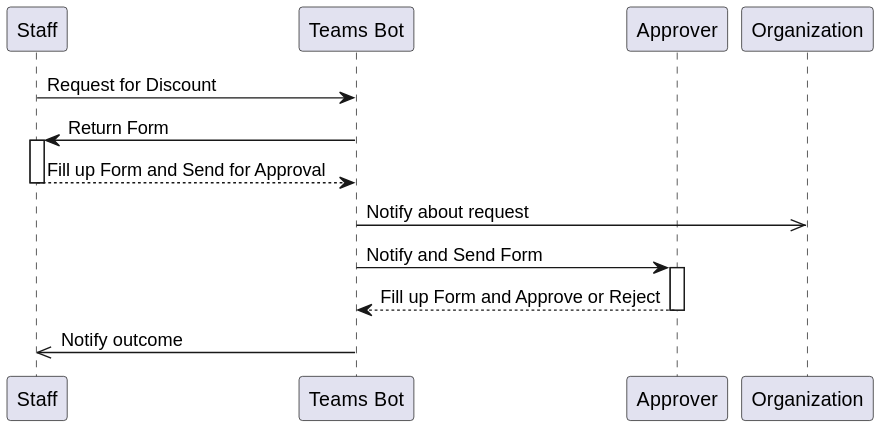
Above: img/Teams Bot Sequence Diagram.svg in Senrli/DCA-app (PlantUML), before the change.
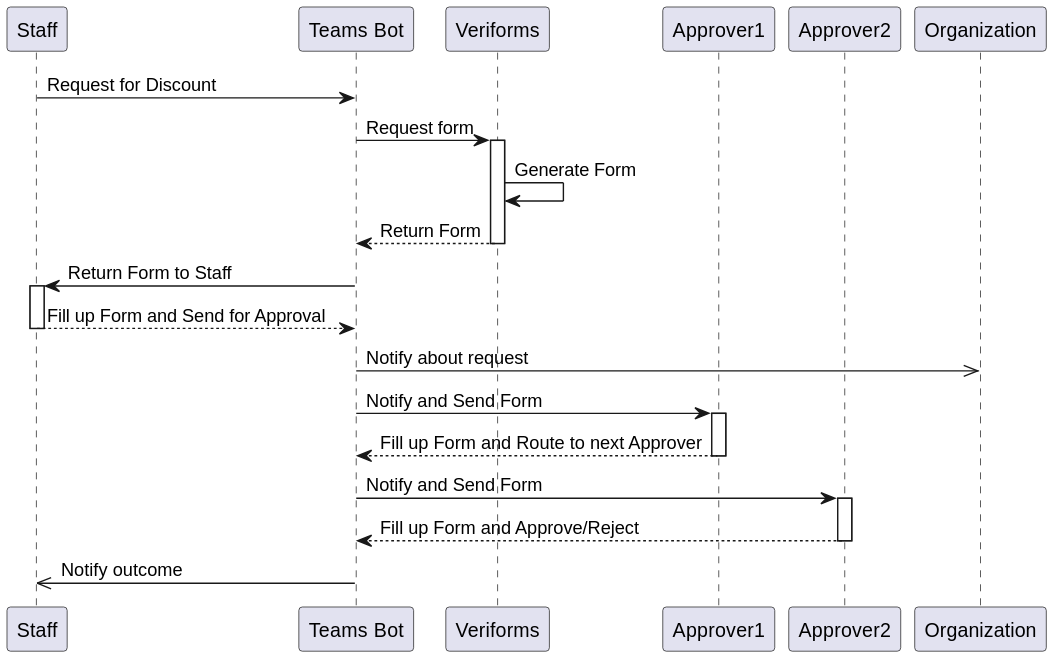
Later version of the same file.

Change to the diagram source:
```diff
@@ -1,18 +1,27 @@
 @startuml
 participant Staff as staff
 participant "Teams Bot" as bot
-participant Approver
+participant Veriforms
+participant Approver1
+participant Approver2
 
 participant Organization as organization
 
 staff -> bot: Request for Discount
-bot-> staff: Return Form
+bot -> Veriforms: Request form
+activate Veriforms
+Veriforms -> Veriforms: Generate Form
+return Return Form
+bot-> staff: Return Form to Staff
 activate staff
 return Fill up Form and Send for Approval
 bot ->> organization: Notify about request
-bot -> Approver: Notify and Send Form
-activate Approver
-return Fill up Form and Approve or Reject
+bot -> Approver1: Notify and Send Form
+activate Approver1
+return Fill up Form and Route to next Approver
+bot -> Approver2: Notify and Send Form
+activate Approver2
+return Fill up Form and Approve/Reject
 bot ->> staff: Notify outcome
 
 @enduml
```
